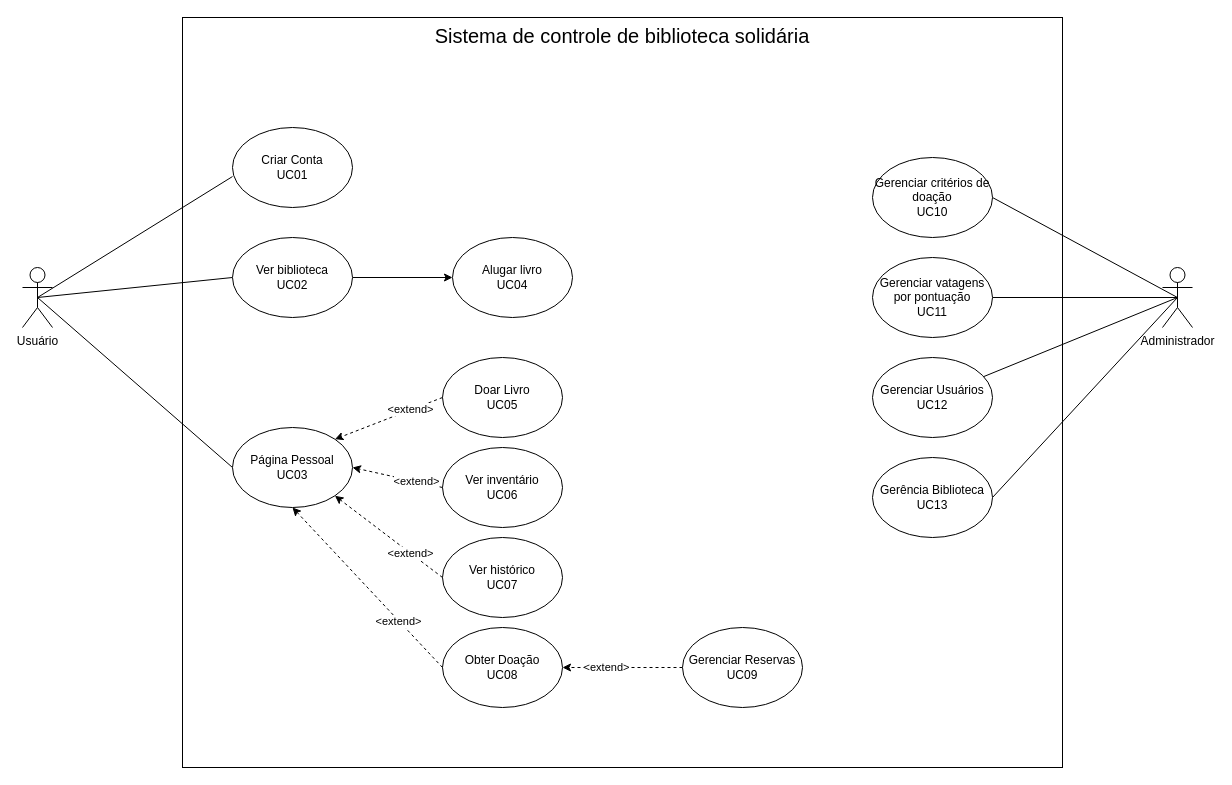
Before: Diagrama sem nome.drawio in lucaspercisi/UFFS, a draw.io diagram. Source tidied: cells renumbered, new cells numbered last; positions are measured from the earlier drawing's top-left corner, leaving out a move shared by most shapes. Both pictures are drawn from the tidied source at 100%, with x=0, y=0 at pixel (22, 17).
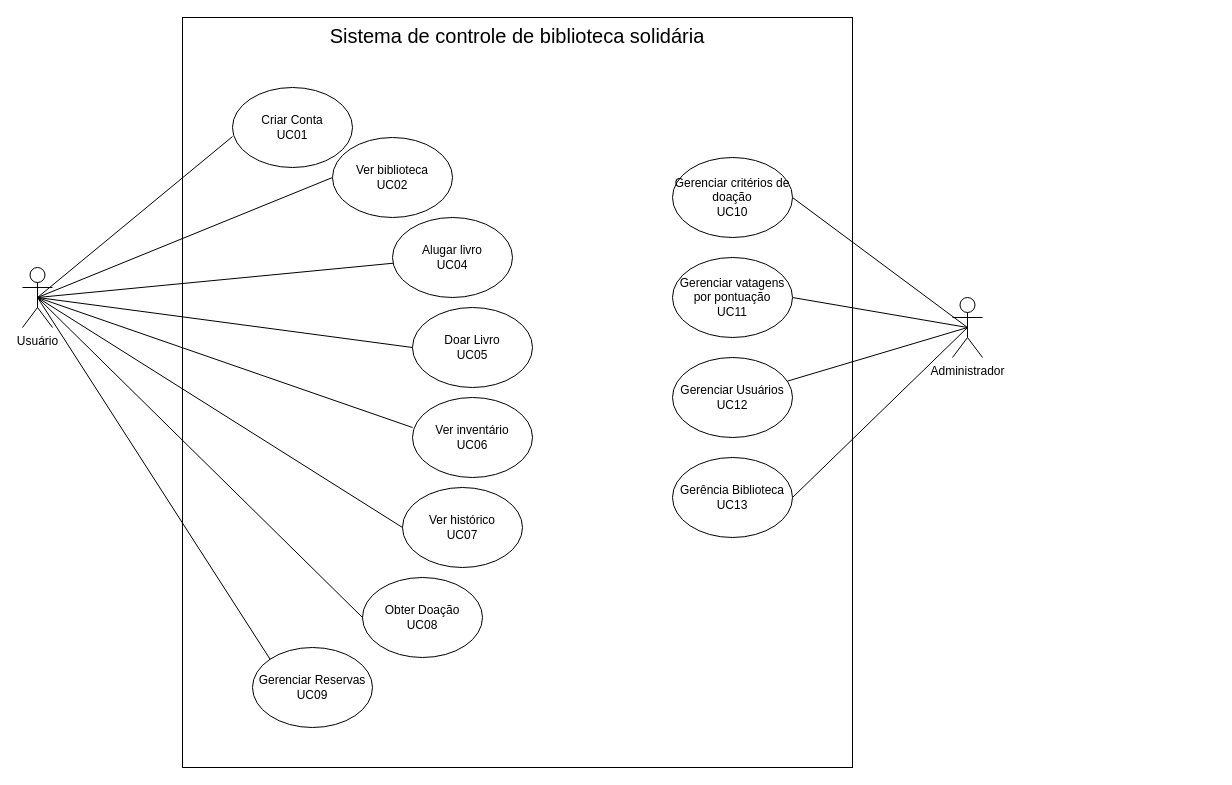
Above is the later version.

Unchanged cells that the change refers to:
```xml
<mxCell id="6" value="Usuário" style="shape=umlActor;verticalLabelPosition=bottom;verticalAlign=top;html=1;outlineConnect=0;" parent="1" vertex="1">
  <mxGeometry y="250" width="30" height="60" as="geometry" />
</mxCell>
```

Change to the diagram source:
```diff
@@
     <mxCell id="2" value="Sistema de controle de biblioteca solidária" style="rounded=0;whiteSpace=wrap;html=1;fillColor=none;verticalAlign=top;fontSize=20;" parent="1" vertex="1">
-      <mxGeometry x="160" width="880" height="750" as="geometry" />
+      <mxGeometry x="160" width="670" height="750" as="geometry" />
     </mxCell>
@@
-    <mxCell id="5" style="rounded=0;jettySize=auto;html=1;exitX=0.5;exitY=0.5;exitDx=0;exitDy=0;exitPerimeter=0;entryX=0;entryY=0.5;entryDx=0;entryDy=0;endArrow=none;endFill=0;" parent="1" edge="1" source="6" target="11">
+    <mxCell id="5" style="rounded=0;jettySize=auto;html=1;exitX=0.5;exitY=0.5;exitDx=0;exitDy=0;exitPerimeter=0;entryX=0;entryY=0.5;entryDx=0;entryDy=0;endArrow=none;endFill=0;" parent="1" edge="1" source="6" target="12">
       <mxGeometry relative="1" as="geometry" />
     </mxCell>
@@
     <mxCell id="7" value="Criar Conta&lt;br&gt;UC01" style="ellipse;whiteSpace=wrap;html=1;" parent="1" vertex="1">
-      <mxGeometry x="210" y="110" width="120" height="80" as="geometry" />
+      <mxGeometry x="210" y="70" width="120" height="80" as="geometry" />
     </mxCell>
-    <mxCell id="8" style="rounded=0;jettySize=auto;html=1;exitX=1;exitY=0.5;exitDx=0;exitDy=0;" parent="1" edge="1" source="9" target="16">
+    <mxCell id="8" style="rounded=0;jettySize=auto;html=1;exitX=0.5;exitY=0.5;exitDx=0;exitDy=0;exitPerimeter=0;endArrow=none;endFill=0;" parent="1" edge="1" source="6" target="16">
       <mxGeometry relative="1" as="geometry" />
     </mxCell>
     <mxCell id="9" value="Ver biblioteca&lt;br&gt;UC02" style="ellipse;whiteSpace=wrap;html=1;" parent="1" vertex="1">
-      <mxGeometry x="210" y="220" width="120" height="80" as="geometry" />
+      <mxGeometry x="310" y="120" width="120" height="80" as="geometry" />
     </mxCell>
@@
-    <mxCell id="11" value="Página Pessoal&lt;br&gt;UC03" style="ellipse;whiteSpace=wrap;html=1;" parent="1" vertex="1">
-      <mxGeometry x="210" y="410" width="120" height="80" as="geometry" />
-    </mxCell>
     <mxCell id="12" value="Doar Livro&lt;br&gt;UC05" style="ellipse;whiteSpace=wrap;html=1;" parent="1" vertex="1">
-      <mxGeometry x="420" y="340" width="120" height="80" as="geometry" />
+      <mxGeometry x="390" y="290" width="120" height="80" as="geometry" />
     </mxCell>
     <mxCell id="13" value="Ver inventário&lt;br&gt;UC06" style="ellipse;whiteSpace=wrap;html=1;" parent="1" vertex="1">
-      <mxGeometry x="420" y="430" width="120" height="80" as="geometry" />
+      <mxGeometry x="390" y="380" width="120" height="80" as="geometry" />
     </mxCell>
     <mxCell id="14" value="Ver histórico&lt;br&gt;UC07" style="ellipse;whiteSpace=wrap;html=1;" parent="1" vertex="1">
-      <mxGeometry x="420" y="520" width="120" height="80" as="geometry" />
+      <mxGeometry x="380" y="470" width="120" height="80" as="geometry" />
     </mxCell>
     <mxCell id="15" value="Obter Doação&lt;br&gt;UC08" style="ellipse;whiteSpace=wrap;html=1;" parent="1" vertex="1">
-      <mxGeometry x="420" y="610" width="120" height="80" as="geometry" />
+      <mxGeometry x="340" y="560" width="120" height="80" as="geometry" />
     </mxCell>
     <mxCell id="16" value="Alugar livro&lt;br&gt;UC04" style="ellipse;whiteSpace=wrap;html=1;" parent="1" vertex="1">
-      <mxGeometry x="430" y="220" width="120" height="80" as="geometry" />
+      <mxGeometry x="370" y="200" width="120" height="80" as="geometry" />
     </mxCell>
-    <mxCell id="17" value="&amp;lt;extend&amp;gt;" style="rounded=0;jettySize=auto;html=1;dashed=1;exitX=0;exitY=0.5;exitDx=0;exitDy=0;entryX=1;entryY=0;entryDx=0;entryDy=0;" parent="1" edge="1" source="12" target="11">
-      <mxGeometry x="-0.43" relative="1" as="geometry">
-        <mxPoint x="-1" as="offset" />
-      </mxGeometry>
-    </mxCell>
-    <mxCell id="18" value="&amp;lt;extend&amp;gt;" style="rounded=0;jettySize=auto;html=1;exitX=0;exitY=0.5;exitDx=0;exitDy=0;entryX=1;entryY=0.5;entryDx=0;entryDy=0;dashed=1;" parent="1" edge="1" source="19" target="15">
-      <mxGeometry x="0.27" relative="1" as="geometry" />
-    </mxCell>
     <mxCell id="19" value="Gerenciar Reservas&lt;br&gt;UC09" style="ellipse;whiteSpace=wrap;html=1;" parent="1" vertex="1">
-      <mxGeometry x="660" y="610" width="120" height="80" as="geometry" />
+      <mxGeometry x="230" y="630" width="120" height="80" as="geometry" />
     </mxCell>
@@
     <mxCell id="24" value="Administrador" style="shape=umlActor;verticalLabelPosition=bottom;verticalAlign=top;html=1;outlineConnect=0;" parent="1" vertex="1">
-      <mxGeometry x="1140" y="250" width="30" height="60" as="geometry" />
+      <mxGeometry x="930" y="280" width="30" height="60" as="geometry" />
     </mxCell>
     <mxCell id="25" value="Gerência Biblioteca&lt;br&gt;UC13" style="ellipse;whiteSpace=wrap;html=1;" parent="1" vertex="1">
-      <mxGeometry x="850" y="440" width="120" height="80" as="geometry" />
+      <mxGeometry x="650" y="440" width="120" height="80" as="geometry" />
     </mxCell>
     <mxCell id="26" value="Gerenciar Usuários&lt;br&gt;UC12" style="ellipse;whiteSpace=wrap;html=1;" parent="1" vertex="1">
-      <mxGeometry x="850" y="340" width="120" height="80" as="geometry" />
+      <mxGeometry x="650" y="340" width="120" height="80" as="geometry" />
     </mxCell>
     <mxCell id="27" value="Gerenciar critérios de doação&lt;br&gt;UC10" style="ellipse;whiteSpace=wrap;html=1;" parent="1" vertex="1">
-      <mxGeometry x="850" y="140" width="120" height="80" as="geometry" />
+      <mxGeometry x="650" y="140" width="120" height="80" as="geometry" />
     </mxCell>
     <mxCell id="28" value="Gerenciar vatagens por pontuação&lt;br&gt;UC11" style="ellipse;whiteSpace=wrap;html=1;" parent="1" vertex="1">
-      <mxGeometry x="850" y="240" width="120" height="80" as="geometry" />
+      <mxGeometry x="650" y="240" width="120" height="80" as="geometry" />
     </mxCell>
-    <mxCell id="29" value="&amp;lt;extend&amp;gt;" style="rounded=0;jettySize=auto;html=1;dashed=1;exitX=0;exitY=0.5;exitDx=0;exitDy=0;entryX=1;entryY=0.5;entryDx=0;entryDy=0;" parent="1" edge="1" source="13" target="11">
-      <mxGeometry x="-0.43" relative="1" as="geometry">
-        <mxPoint x="-1" as="offset" />
-      </mxGeometry>
-    </mxCell>
-    <mxCell id="30" value="&amp;lt;extend&amp;gt;" style="rounded=0;jettySize=auto;html=1;dashed=1;exitX=0;exitY=0.5;exitDx=0;exitDy=0;entryX=1;entryY=1;entryDx=0;entryDy=0;" parent="1" edge="1" source="14" target="11">
-      <mxGeometry x="-0.43" relative="1" as="geometry">
-        <mxPoint x="-1" as="offset" />
-      </mxGeometry>
-    </mxCell>
-    <mxCell id="31" value="&amp;lt;extend&amp;gt;" style="rounded=0;jettySize=auto;html=1;dashed=1;exitX=0;exitY=0.5;exitDx=0;exitDy=0;entryX=0.5;entryY=1;entryDx=0;entryDy=0;" parent="1" edge="1" source="15" target="11">
-      <mxGeometry x="-0.43" relative="1" as="geometry">
-        <mxPoint x="-1" as="offset" />
-      </mxGeometry>
-    </mxCell>
+    <mxCell id="32" style="endArrow=none;html=1;rounded=0;entryX=0;entryY=0.375;entryDx=0;entryDy=0;entryPerimeter=0;exitX=0.5;exitY=0.5;exitDx=0;exitDy=0;exitPerimeter=0;" parent="1" edge="1" source="6" target="13">
+      <mxGeometry relative="1" as="geometry" />
+    </mxCell>
+    <mxCell id="33" style="endArrow=none;html=1;rounded=0;entryX=0;entryY=0.5;entryDx=0;entryDy=0;exitX=0.5;exitY=0.5;exitDx=0;exitDy=0;exitPerimeter=0;" parent="1" edge="1" source="6" target="14">
+      <mxGeometry relative="1" as="geometry" />
+    </mxCell>
+    <mxCell id="34" style="endArrow=none;html=1;rounded=0;entryX=0;entryY=0.5;entryDx=0;entryDy=0;exitX=0.5;exitY=0.5;exitDx=0;exitDy=0;exitPerimeter=0;" parent="1" edge="1" source="6" target="15">
+      <mxGeometry relative="1" as="geometry" />
+    </mxCell>
+    <mxCell id="35" style="endArrow=none;html=1;rounded=0;exitX=0;exitY=0;exitDx=0;exitDy=0;entryX=0.5;entryY=0.5;entryDx=0;entryDy=0;entryPerimeter=0;" parent="1" edge="1" source="19" target="6">
+      <mxGeometry relative="1" as="geometry" />
+    </mxCell>
```
